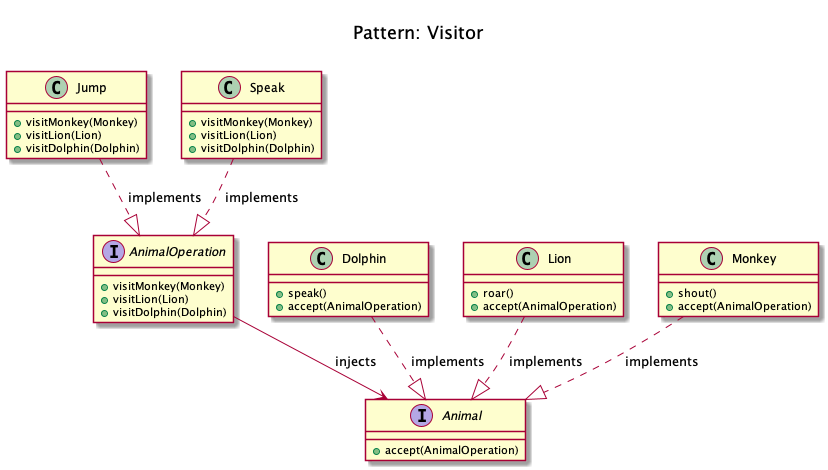
rosselli/design-patterns-implemented.concepts keeps this PlantUML diagram as patterns/behavioral/visitor/kamran-ahmed/diagram.png. Above is the earlier version.
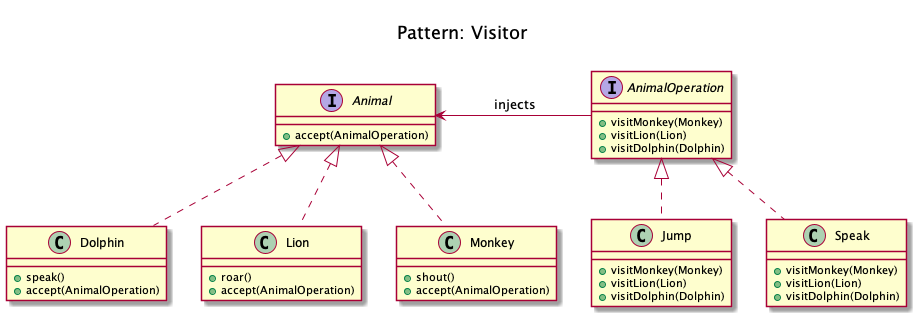
The same diagram one commit later.

Diff of the diagram source:
```diff
@@ -11,38 +11,32 @@
         + visitDolphin(Dolphin)
     }
 
-    class Dolphin {
+    class Dolphin implements Animal {
         + speak()
         + accept(AnimalOperation)
     }
 
-    class Lion {
+    class Lion implements Animal {
         + roar()
         + accept(AnimalOperation)
     }
 
-    class Monkey {
+    class Monkey implements Animal {
         + shout()
         + accept(AnimalOperation)
     }
 
-    class Jump {
+    class Jump implements AnimalOperation {
         + visitMonkey(Monkey)
         + visitLion(Lion)
         + visitDolphin(Dolphin)
     }
 
-    class Speak {
+    class Speak implements AnimalOperation {
         + visitMonkey(Monkey)
         + visitLion(Lion)
         + visitDolphin(Dolphin)
     }
 
-
-    Dolphin ..|> Animal: " implements"
-    Lion ..|> Animal: " implements"
-    Monkey ..|> Animal: " implements"
-    Jump ..|> AnimalOperation: " implements"
-    Speak ..|> AnimalOperation: " implements"
-    AnimalOperation --> Animal: " injects"
+    AnimalOperation -left-> Animal: " injects"
 @enduml
```
